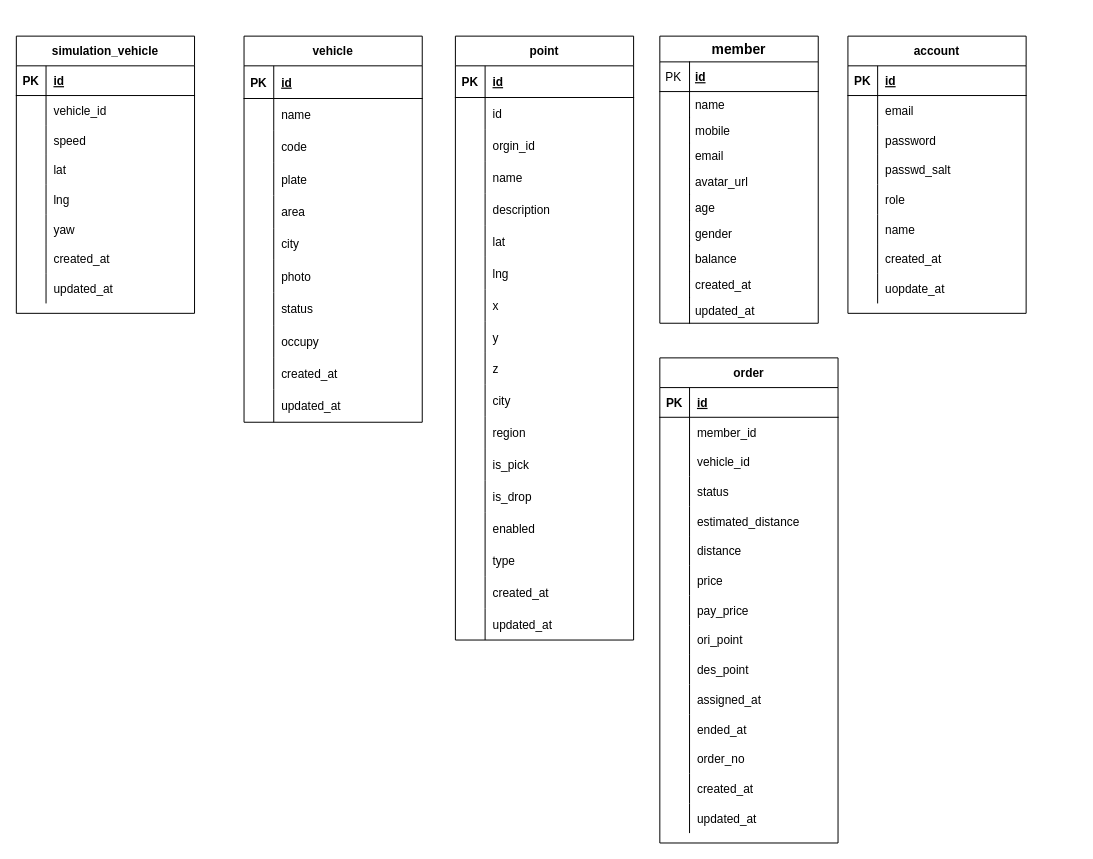
The draw.io diagram 个人研究院/little_car/little_car_db.drawio in wurh/myDesignDoc, before the edit. Source tidied: cells renumbered, new cells numbered last; positions are measured from the earlier drawing's top-left corner, leaving out a move shared by most shapes. Both pictures are drawn from the tidied source at 99%, with x=0, y=0 at pixel (16, 36).
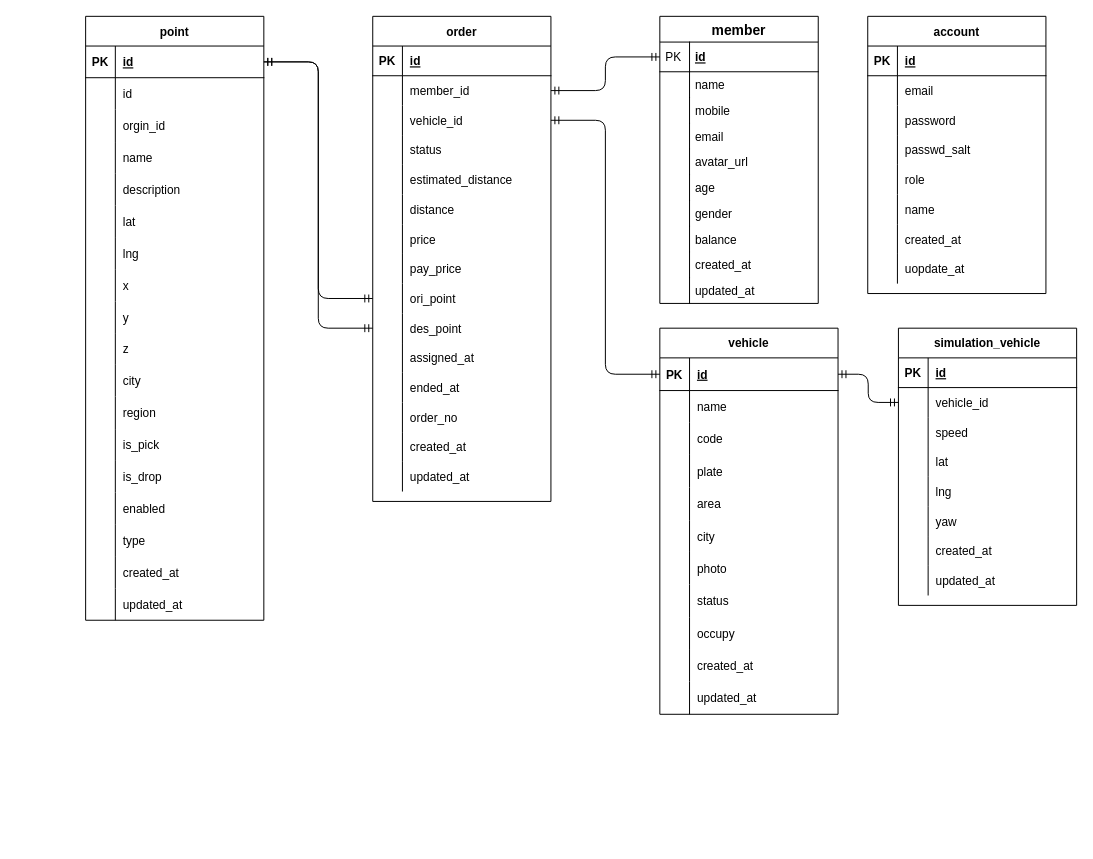
Above is the later version.

Unchanged cells that the change refers to:
```xml
<mxCell id="3" style="shape=partialRectangle;fillColor=none;top=0;left=0;bottom=1;right=0;points=[[0,0.5],[1,0.5]];portConstraint=eastwest;" parent="2" vertex="1">
  <mxGeometry y="30" width="180" height="32" as="geometry" />
</mxCell>
<mxCell id="58" style="shape=partialRectangle;fillColor=none;top=0;left=0;bottom=1;right=0;points=[[0,0.5],[1,0.5]];portConstraint=eastwest;" parent="57" vertex="1">
  <mxGeometry y="30" width="180" height="33" as="geometry" />
</mxCell>
<mxCell id="92" value="id" style="shape=partialRectangle;top=0;left=0;right=0;bottom=1;align=left;verticalAlign=middle;fillColor=none;spacingLeft=34;spacingRight=4;overflow=hidden;points=[[0,0.5],[1,0.5]];portConstraint=eastwest;fontStyle=5;fontSize=12;" parent="91" vertex="1">
  <mxGeometry y="26" width="160" height="30" as="geometry" />
</mxCell>
<mxCell id="141" style="shape=partialRectangle;fillColor=none;top=0;left=0;bottom=0;right=0;points=[[0,0.5],[1,0.5]];portConstraint=eastwest;" parent="137" vertex="1">
  <mxGeometry y="60" width="180" height="30" as="geometry" />
</mxCell>
<mxCell id="144" style="shape=partialRectangle;fillColor=none;top=0;left=0;bottom=0;right=0;points=[[0,0.5],[1,0.5]];portConstraint=eastwest;" parent="137" vertex="1">
  <mxGeometry y="90" width="180" height="30" as="geometry" />
</mxCell>
<mxCell id="162" style="shape=partialRectangle;fillColor=none;top=0;left=0;bottom=0;right=0;points=[[0,0.5],[1,0.5]];portConstraint=eastwest;" parent="137" vertex="1">
  <mxGeometry y="270" width="180" height="30" as="geometry" />
</mxCell>
<mxCell id="165" style="shape=partialRectangle;fillColor=none;top=0;left=0;bottom=0;right=0;points=[[0,0.5],[1,0.5]];portConstraint=eastwest;" parent="137" vertex="1">
  <mxGeometry y="300" width="180" height="30" as="geometry" />
</mxCell>
<mxCell id="187" style="shape=partialRectangle;fillColor=none;top=0;left=0;bottom=0;right=0;points=[[0,0.5],[1,0.5]];portConstraint=eastwest;" parent="183" vertex="1">
  <mxGeometry y="60" width="180" height="30" as="geometry" />
</mxCell>
```

Diff of the diagram source:
```diff
@@
     <mxCell id="2" value="point" style="shape=table;startSize=30;childLayout=tableLayout;rowLines=0;fontStyle=1;align=center;" parent="1" vertex="1">
-      <mxGeometry x="443.5" width="180" height="610" as="geometry" />
+      <mxGeometry x="70" y="-20" width="180" height="610" as="geometry" />
     </mxCell>
@@
     <mxCell id="57" value="vehicle" style="shape=table;startSize=30;childLayout=tableLayout;rowLines=0;fontStyle=1;align=center;" parent="1" vertex="1">
-      <mxGeometry x="230" width="180" height="390" as="geometry" />
+      <mxGeometry x="650" y="295" width="180" height="390" as="geometry" />
     </mxCell>
@@
     <mxCell id="91" value="member" style="swimlane;fontStyle=1;horizontal=1;startSize=26;align=center;fontSize=14;" parent="1" vertex="1">
-      <mxGeometry x="650" width="160" height="290" as="geometry" />
+      <mxGeometry x="650" y="-20" width="160" height="290" as="geometry" />
     </mxCell>
@@
     <mxCell id="112" value="account" style="shape=table;startSize=30;childLayout=tableLayout;rowLines=0;fontStyle=1;align=center;" parent="1" vertex="1">
-      <mxGeometry x="840" width="180" height="280" as="geometry" />
+      <mxGeometry x="860" y="-20" width="180" height="280" as="geometry" />
     </mxCell>
@@
     <mxCell id="137" value="order" style="shape=table;startSize=30;childLayout=tableLayout;rowLines=0;fontStyle=1;align=center;" parent="1" vertex="1">
-      <mxGeometry x="650" y="325" width="180" height="490" as="geometry" />
+      <mxGeometry x="360" y="-20" width="180" height="490" as="geometry" />
     </mxCell>
@@
     <mxCell id="183" value="simulation_vehicle" style="shape=table;startSize=30;childLayout=tableLayout;rowLines=0;fontStyle=1;align=center;" parent="1" vertex="1">
-      <mxGeometry width="180" height="280" as="geometry" />
+      <mxGeometry x="891" y="295" width="180" height="280" as="geometry" />
     </mxCell>
@@
+    <mxCell id="208" style="edgeStyle=elbowEdgeStyle;fontSize=12;html=1;endArrow=ERmandOne;startArrow=ERmandOne;entryX=0;entryY=0.5;entryDx=0;entryDy=0;" parent="1" edge="1" source="141" target="92">
+      <mxGeometry relative="1" as="geometry" />
+    </mxCell>
+    <mxCell id="209" style="edgeStyle=elbowEdgeStyle;fontSize=12;html=1;endArrow=ERmandOne;startArrow=ERmandOne;entryX=0;entryY=0.5;entryDx=0;entryDy=0;exitX=1;exitY=0.5;exitDx=0;exitDy=0;" parent="1" edge="1" source="144" target="58">
+      <mxGeometry relative="1" as="geometry" />
+    </mxCell>
+    <mxCell id="210" style="edgeStyle=elbowEdgeStyle;fontSize=12;html=1;endArrow=ERmandOne;startArrow=ERmandOne;entryX=0;entryY=0.5;entryDx=0;entryDy=0;" parent="1" edge="1" source="3" target="162">
+      <mxGeometry relative="1" as="geometry" />
+    </mxCell>
+    <mxCell id="211" style="edgeStyle=elbowEdgeStyle;fontSize=12;html=1;endArrow=ERmandOne;startArrow=ERmandOne;entryX=0;entryY=0.5;entryDx=0;entryDy=0;exitX=1;exitY=0.5;exitDx=0;exitDy=0;" parent="1" edge="1" source="3" target="165">
+      <mxGeometry relative="1" as="geometry" />
+    </mxCell>
+    <mxCell id="212" style="edgeStyle=orthogonalEdgeStyle;fontSize=12;html=1;endArrow=ERmandOne;startArrow=ERmandOne;exitX=1;exitY=0.5;exitDx=0;exitDy=0;entryX=0;entryY=0.5;entryDx=0;entryDy=0;" parent="1" edge="1" source="58" target="187">
+      <mxGeometry relative="1" as="geometry" />
+    </mxCell>
```
